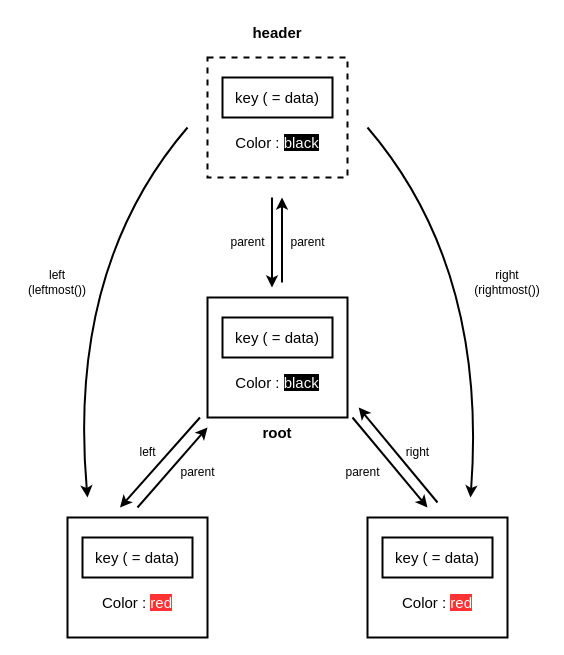
Earlier version of the draw.io diagram page "set" (11 of 13) of ft_containers.drawio (khk811/ft_containers). Source tidied: cells renumbered, new cells numbered last; positions are measured from the earlier drawing's top-left corner, leaving out a move shared by most shapes. Both pictures are drawn from the tidied source at 100%, with x=0, y=0 at pixel (17, 17).
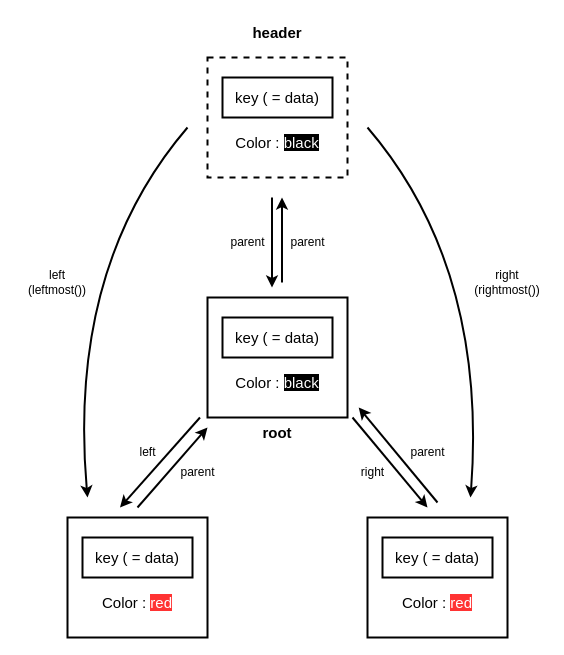
The same diagram, later.

The edit, as a diff of the source:
```diff
@@
-    <mxCell id="26" value="parent" style="text;html=1;align=center;verticalAlign=middle;strokeColor=none;fillColor=none;" parent="1" vertex="1">
-      <mxGeometry x="315" y="440" width="60" height="30" as="geometry" />
+    <mxCell id="26" value="right" style="text;html=1;align=center;verticalAlign=middle;strokeColor=none;fillColor=none;" parent="1" vertex="1">
+      <mxGeometry x="330" y="440" width="50" height="30" as="geometry" />
     </mxCell>
@@
-    <mxCell id="28" value="right" style="text;html=1;align=center;verticalAlign=middle;strokeColor=none;fillColor=none;" parent="1" vertex="1">
-      <mxGeometry x="375" y="420" width="50" height="30" as="geometry" />
+    <mxCell id="28" value="parent" style="text;html=1;align=center;verticalAlign=middle;strokeColor=none;fillColor=none;" parent="1" vertex="1">
+      <mxGeometry x="380" y="420" width="60" height="30" as="geometry" />
     </mxCell>
```
